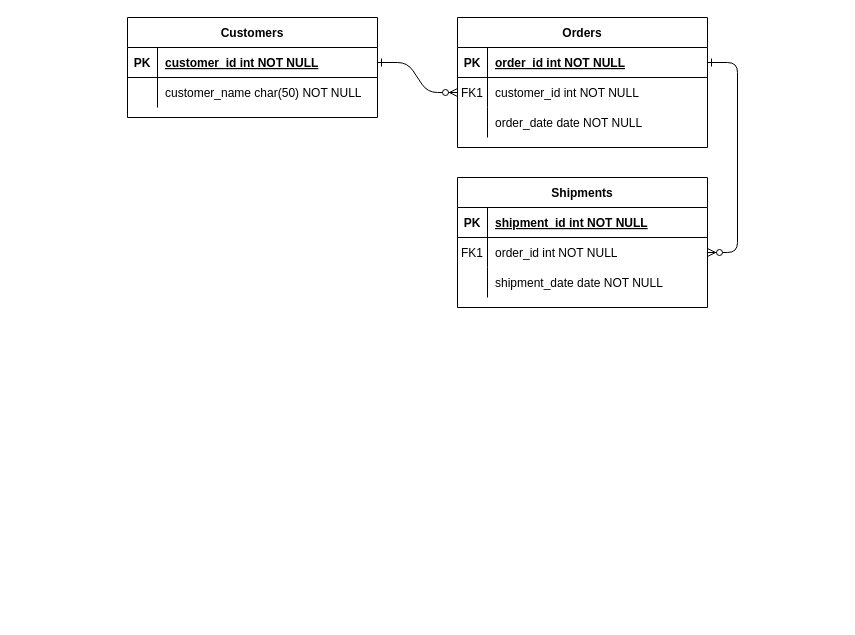
Earlier version of the draw.io diagram Diagrama sin título.drawio (miguelmartmart/javaprojects). Source tidied: cells renumbered, new cells numbered last; positions are measured from the earlier drawing's top-left corner, leaving out a move shared by most shapes. Both pictures are drawn from the tidied source at 100%, with x=0, y=0 at pixel (127, 17).
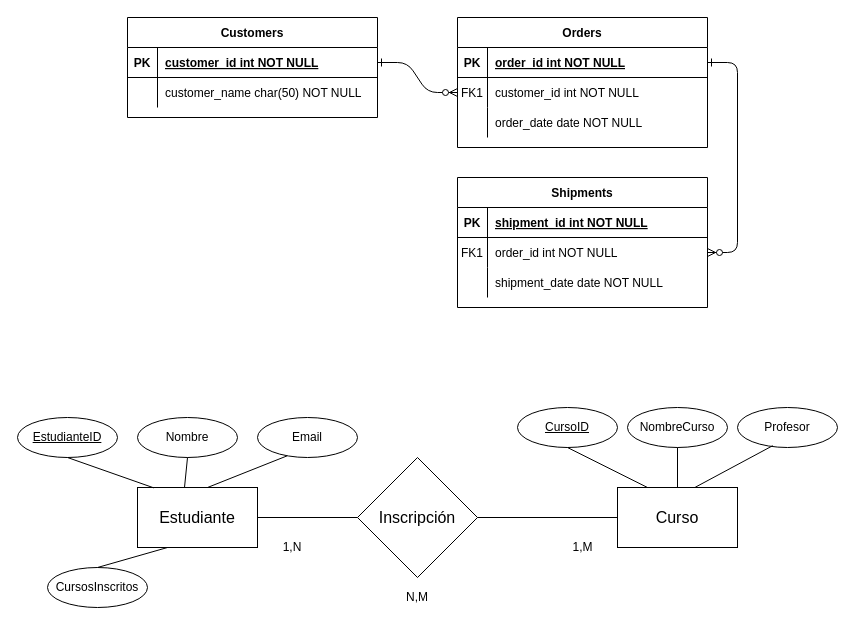
Above is the later version.

What changed in the source:
```diff
@@
+    <mxCell id="31" value="&lt;font style=&quot;font-size: 16px;&quot;&gt;Estudiante&lt;/font&gt;" style="rounded=0;whiteSpace=wrap;html=1;" parent="1" vertex="1">
+      <mxGeometry x="10" y="470" width="120" height="60" as="geometry" />
+    </mxCell>
+    <mxCell id="32" value="&lt;font style=&quot;font-size: 16px;&quot;&gt;Curso&lt;/font&gt;" style="rounded=0;whiteSpace=wrap;html=1;" parent="1" vertex="1">
+      <mxGeometry x="490" y="470" width="120" height="60" as="geometry" />
+    </mxCell>
+    <mxCell id="33" value="&lt;font style=&quot;font-size: 16px;&quot;&gt;Inscripción &lt;/font&gt;" style="rhombus;whiteSpace=wrap;html=1;" parent="1" vertex="1">
+      <mxGeometry x="230" y="440" width="120" height="120" as="geometry" />
+    </mxCell>
+    <mxCell id="34" style="endArrow=none;html=1;rounded=0;exitX=1;exitY=0.5;exitDx=0;exitDy=0;" parent="1" edge="1" source="31" target="33">
+      <mxGeometry relative="1" as="geometry" />
+    </mxCell>
+    <mxCell id="35" value="&lt;u&gt;EstudianteID &lt;/u&gt;" style="ellipse;whiteSpace=wrap;html=1;align=center;" parent="1" vertex="1">
+      <mxGeometry x="-110" y="400" width="100" height="40" as="geometry" />
+    </mxCell>
+    <mxCell id="36" value="Nombre" style="ellipse;whiteSpace=wrap;html=1;align=center;" parent="1" vertex="1">
+      <mxGeometry x="10" y="400" width="100" height="40" as="geometry" />
+    </mxCell>
+    <mxCell id="37" value="Email" style="ellipse;whiteSpace=wrap;html=1;align=center;" parent="1" vertex="1">
+      <mxGeometry x="130" y="400" width="100" height="40" as="geometry" />
+    </mxCell>
+    <mxCell id="38" value="CursosInscritos" style="ellipse;whiteSpace=wrap;html=1;align=center;" parent="1" vertex="1">
+      <mxGeometry x="-80" y="550" width="100" height="40" as="geometry" />
+    </mxCell>
+    <mxCell id="39" style="endArrow=none;html=1;rounded=0;exitX=0.5;exitY=0;exitDx=0;exitDy=0;entryX=0.25;entryY=1;entryDx=0;entryDy=0;" parent="1" edge="1" source="38" target="31">
+      <mxGeometry relative="1" as="geometry" />
+    </mxCell>
+    <mxCell id="40" style="endArrow=none;html=1;rounded=0;exitX=0.5;exitY=1;exitDx=0;exitDy=0;entryX=0.136;entryY=0.006;entryDx=0;entryDy=0;entryPerimeter=0;" parent="1" edge="1" source="35" target="31">
+      <mxGeometry relative="1" as="geometry" />
+    </mxCell>
+    <mxCell id="41" style="endArrow=none;html=1;rounded=0;exitX=0.5;exitY=1;exitDx=0;exitDy=0;entryX=0.392;entryY=-0.006;entryDx=0;entryDy=0;entryPerimeter=0;" parent="1" edge="1" source="36" target="31">
+      <mxGeometry relative="1" as="geometry" />
+    </mxCell>
+    <mxCell id="42" style="endArrow=none;html=1;rounded=0;exitX=0.297;exitY=0.958;exitDx=0;exitDy=0;exitPerimeter=0;" parent="1" edge="1" source="37">
+      <mxGeometry relative="1" as="geometry">
+        <mxPoint x="80" y="470" as="targetPoint" />
+      </mxGeometry>
+    </mxCell>
+    <mxCell id="43" style="endArrow=none;html=1;rounded=0;exitX=1;exitY=0.5;exitDx=0;exitDy=0;entryX=0;entryY=0.5;entryDx=0;entryDy=0;" parent="1" edge="1" source="33" target="32">
+      <mxGeometry relative="1" as="geometry" />
+    </mxCell>
+    <mxCell id="44" value="&lt;u&gt;CursoID &lt;/u&gt;" style="ellipse;whiteSpace=wrap;html=1;align=center;" parent="1" vertex="1">
+      <mxGeometry x="390" y="390" width="100" height="40" as="geometry" />
+    </mxCell>
+    <mxCell id="45" value="NombreCurso" style="ellipse;whiteSpace=wrap;html=1;align=center;" parent="1" vertex="1">
+      <mxGeometry x="500" y="390" width="100" height="40" as="geometry" />
+    </mxCell>
+    <mxCell id="46" value="Profesor" style="ellipse;whiteSpace=wrap;html=1;align=center;" parent="1" vertex="1">
+      <mxGeometry x="610" y="390" width="100" height="40" as="geometry" />
+    </mxCell>
+    <mxCell id="47" style="endArrow=none;html=1;rounded=0;exitX=0.5;exitY=1;exitDx=0;exitDy=0;entryX=0.25;entryY=0;entryDx=0;entryDy=0;" parent="1" edge="1" source="44" target="32">
+      <mxGeometry relative="1" as="geometry" />
+    </mxCell>
+    <mxCell id="48" style="endArrow=none;html=1;rounded=0;entryX=0.5;entryY=0;entryDx=0;entryDy=0;" parent="1" edge="1" target="32">
+      <mxGeometry relative="1" as="geometry">
+        <mxPoint x="550" y="430" as="sourcePoint" />
+      </mxGeometry>
+    </mxCell>
+    <mxCell id="49" style="endArrow=none;html=1;rounded=0;exitX=0.647;exitY=-0.003;exitDx=0;exitDy=0;entryX=0.352;entryY=0.955;entryDx=0;entryDy=0;entryPerimeter=0;exitPerimeter=0;" parent="1" edge="1" source="32" target="46">
+      <mxGeometry relative="1" as="geometry" />
+    </mxCell>
+    <mxCell id="50" value="N,M" style="text;html=1;strokeColor=none;fillColor=none;align=center;verticalAlign=middle;whiteSpace=wrap;rounded=0;" parent="1" vertex="1">
+      <mxGeometry x="245" y="560" width="90" height="40" as="geometry" />
+    </mxCell>
+    <mxCell id="51" value="1,M" style="text;html=1;strokeColor=none;fillColor=none;align=center;verticalAlign=middle;whiteSpace=wrap;rounded=0;" parent="1" vertex="1">
+      <mxGeometry x="427.5" y="520" width="55" height="20" as="geometry" />
+    </mxCell>
+    <mxCell id="52" value="1,N" style="text;html=1;strokeColor=none;fillColor=none;align=center;verticalAlign=middle;whiteSpace=wrap;rounded=0;" parent="1" vertex="1">
+      <mxGeometry x="120" y="510" width="90" height="40" as="geometry" />
+    </mxCell>
```
